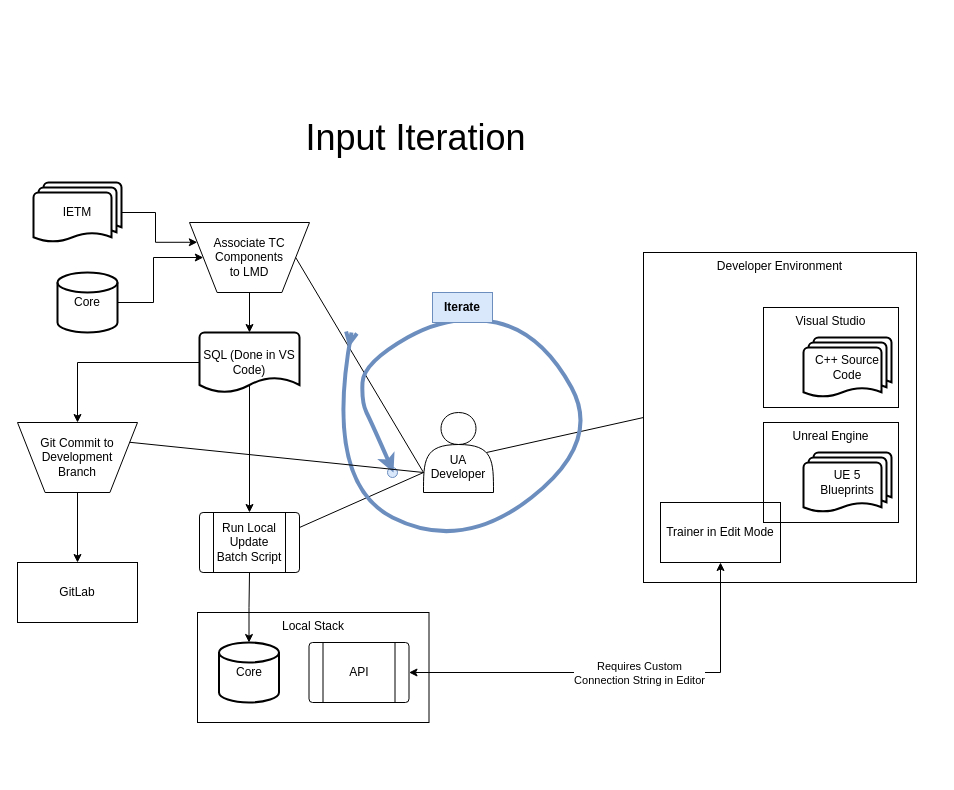
Above: IETM Based Workflows/UA Developer - Add training data v1.drawio in Bspeirtorch/draw (draw.io), before the change. Source tidied: cells renumbered, new cells numbered last; positions are measured from the earlier drawing's top-left corner, leaving out a move shared by most shapes. Both pictures are drawn from the tidied source at 100%, with x=0, y=0 at pixel (17, 122).
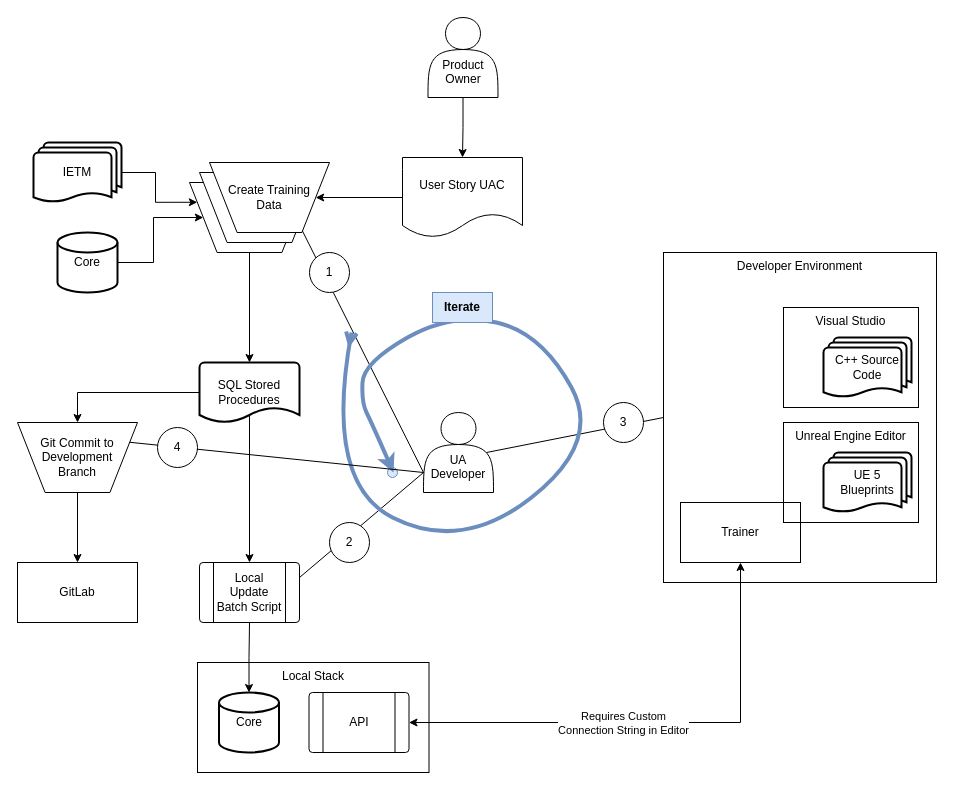
After the change.

Unchanged cells that the change refers to:
```xml
<mxCell id="20" value="API" style="verticalLabelPosition=middle;verticalAlign=middle;html=1;shape=process;whiteSpace=wrap;rounded=1;size=0.14;arcSize=6;labelPosition=center;align=center;" parent="17" vertex="1">
  <mxGeometry x="111.5" y="30" width="100" height="60" as="geometry" />
</mxCell>
<mxCell id="27" value="Git Commit to Development&lt;br&gt;Branch" style="verticalLabelPosition=middle;verticalAlign=middle;html=1;shape=trapezoid;perimeter=trapezoidPerimeter;whiteSpace=wrap;size=0.23;arcSize=10;flipV=1;labelPosition=center;align=center;" parent="1" vertex="1">
  <mxGeometry y="300" width="120" height="70" as="geometry" />
</mxCell>
<mxCell id="35" style="group;" parent="31" vertex="1">
  <mxGeometry y="115" width="135" height="140" as="geometry" />
</mxCell>
<mxCell id="37" style="group;" parent="35" vertex="1">
  <mxGeometry width="135" height="100" as="geometry" />
</mxCell>
```

The edit, as a diff of the source:
```diff
@@
     <mxCell id="4" value="Core" style="strokeWidth=2;html=1;shape=mxgraph.flowchart.database;whiteSpace=wrap;" parent="1" vertex="1">
-      <mxGeometry x="40" y="150" width="60" height="60" as="geometry" />
+      <mxGeometry x="40" y="110" width="60" height="60" as="geometry" />
     </mxCell>
@@
     <mxCell id="7" value="IETM" style="strokeWidth=2;html=1;shape=mxgraph.flowchart.multi-document;whiteSpace=wrap;" parent="1" vertex="1">
-      <mxGeometry x="16" y="60" width="88" height="60" as="geometry" />
+      <mxGeometry x="16" y="20" width="88" height="60" as="geometry" />
     </mxCell>
-    <mxCell id="8" value="Associate TC Components&lt;br&gt;to LMD" style="verticalLabelPosition=middle;verticalAlign=middle;html=1;shape=trapezoid;perimeter=trapezoidPerimeter;whiteSpace=wrap;size=0.23;arcSize=10;flipV=1;labelPosition=center;align=center;" parent="1" vertex="1">
-      <mxGeometry x="172" y="100" width="120" height="70" as="geometry" />
+    <mxCell id="8" style="verticalLabelPosition=middle;verticalAlign=middle;html=1;shape=trapezoid;perimeter=trapezoidPerimeter;whiteSpace=wrap;size=0.23;arcSize=10;flipV=1;labelPosition=center;align=center;" parent="1" vertex="1">
+      <mxGeometry x="172" y="60" width="120" height="70" as="geometry" />
     </mxCell>
@@
-    <mxCell id="11" value="Input Iteration" style="text;html=1;strokeColor=none;fillColor=none;align=center;verticalAlign=middle;whiteSpace=wrap;rounded=0;fontSize=36;" parent="1" vertex="1">
-      <mxGeometry x="266" width="265" height="30" as="geometry" />
-    </mxCell>
@@
     <mxCell id="14" style="edgeStyle=orthogonalEdgeStyle;rounded=0;jettySize=auto;html=1;exitX=0;exitY=0.5;exitDx=0;exitDy=0;exitPerimeter=0;" parent="1" edge="1" source="15" target="27">
-      <mxGeometry relative="1" as="geometry" />
+      <mxGeometry relative="1" as="geometry">
+        <Array as="points">
+          <mxPoint x="60" y="270" />
+        </Array>
+      </mxGeometry>
     </mxCell>
-    <mxCell id="15" value="SQL (Done in VS Code)" style="strokeWidth=2;html=1;shape=mxgraph.flowchart.document2;whiteSpace=wrap;size=0.25;" parent="1" vertex="1">
-      <mxGeometry x="182" y="210" width="100" height="60" as="geometry" />
+    <mxCell id="15" value="SQL Stored Procedures" style="strokeWidth=2;html=1;shape=mxgraph.flowchart.document2;whiteSpace=wrap;size=0.25;" parent="1" vertex="1">
+      <mxGeometry x="182" y="240" width="100" height="60" as="geometry" />
     </mxCell>
@@
     <mxCell id="17" style="group;" parent="1" vertex="1">
-      <mxGeometry x="180" y="490" width="231.5" height="110" as="geometry" />
+      <mxGeometry x="180" y="540" width="231.5" height="110" as="geometry" />
     </mxCell>
@@
-    <mxCell id="21" value="Run Local Update Batch Script" style="verticalLabelPosition=middle;verticalAlign=middle;html=1;shape=process;whiteSpace=wrap;rounded=1;size=0.14;arcSize=6;labelPosition=center;align=center;" parent="1" vertex="1">
-      <mxGeometry x="182" y="390" width="100" height="60" as="geometry" />
+    <mxCell id="21" value="Local Update Batch Script" style="verticalLabelPosition=middle;verticalAlign=middle;html=1;shape=process;whiteSpace=wrap;rounded=1;size=0.14;arcSize=6;labelPosition=center;align=center;" parent="1" vertex="1">
+      <mxGeometry x="182" y="440" width="100" height="60" as="geometry" />
     </mxCell>
@@
     <mxCell id="29" style="group;" parent="1" vertex="1">
-      <mxGeometry x="626" y="130" width="273" height="330" as="geometry" />
+      <mxGeometry x="646" y="130" width="273" height="330" as="geometry" />
     </mxCell>
@@
-    <mxCell id="36" value="Trainer in Edit Mode" style="rounded=0;whiteSpace=wrap;html=1;" parent="35" vertex="1">
+    <mxCell id="36" value="Trainer" style="rounded=0;whiteSpace=wrap;html=1;" parent="35" vertex="1">
       <mxGeometry x="-103" y="80" width="120" height="60" as="geometry" />
     </mxCell>
@@
-    <mxCell id="38" value="Unreal Engine" style="rounded=0;whiteSpace=wrap;html=1;fillColor=none;align=center;verticalAlign=top;" parent="37" vertex="1">
+    <mxCell id="38" value="Unreal Engine Editor" style="rounded=0;whiteSpace=wrap;html=1;fillColor=none;align=center;verticalAlign=top;" parent="37" vertex="1">
       <mxGeometry width="135" height="100" as="geometry" />
     </mxCell>
@@
     <mxCell id="40" style="edgeStyle=orthogonalEdgeStyle;rounded=0;jettySize=auto;html=1;exitX=0.5;exitY=1;exitDx=0;exitDy=0;startArrow=classic;startFill=1;entryX=1;entryY=0.5;entryDx=0;entryDy=0;" parent="1" edge="1" source="36" target="20">
       <mxGeometry relative="1" as="geometry">
         <Array as="points">
-          <mxPoint x="703" y="550" />
+          <mxPoint x="723" y="600" />
         </Array>
       </mxGeometry>
     </mxCell>
     <mxCell id="41" value="Requires Custom&lt;br style=&quot;border-color: var(--border-color);&quot;&gt;Connection String in Editor" style="edgeLabel;html=1;align=center;verticalAlign=middle;" parent="40" vertex="1">
-      <mxGeometry x="-0.09" relative="1" as="geometry" />
+      <mxGeometry x="-0.09" relative="1" as="geometry">
+        <mxPoint x="-54" as="offset" />
+      </mxGeometry>
     </mxCell>
+    <mxCell id="42" style="verticalLabelPosition=middle;verticalAlign=middle;html=1;shape=trapezoid;perimeter=trapezoidPerimeter;whiteSpace=wrap;size=0.23;arcSize=10;flipV=1;labelPosition=center;align=center;" parent="1" vertex="1">
+      <mxGeometry x="182" y="50" width="120" height="70" as="geometry" />
+    </mxCell>
+    <mxCell id="43" value="Create Training&lt;br&gt;Data" style="verticalLabelPosition=middle;verticalAlign=middle;html=1;shape=trapezoid;perimeter=trapezoidPerimeter;whiteSpace=wrap;size=0.23;arcSize=10;flipV=1;labelPosition=center;align=center;" parent="1" vertex="1">
+      <mxGeometry x="192" y="40" width="120" height="70" as="geometry" />
+    </mxCell>
+    <mxCell id="44" style="edgeStyle=orthogonalEdgeStyle;rounded=0;jettySize=auto;html=1;exitX=0.5;exitY=1;exitDx=0;exitDy=0;entryX=0.5;entryY=0;entryDx=0;entryDy=0;" parent="1" edge="1" source="45" target="47">
+      <mxGeometry relative="1" as="geometry" />
+    </mxCell>
+    <mxCell id="45" value="&lt;br&gt;&lt;br&gt;Product Owner" style="shape=actor;whiteSpace=wrap;html=1;labelPosition=center;verticalLabelPosition=middle;align=center;verticalAlign=middle;" parent="1" vertex="1">
+      <mxGeometry x="410.5" y="-105" width="70" height="80" as="geometry" />
+    </mxCell>
+    <mxCell id="46" style="edgeStyle=orthogonalEdgeStyle;rounded=0;jettySize=auto;html=1;exitX=0;exitY=0.5;exitDx=0;exitDy=0;" parent="1" edge="1" source="47" target="43">
+      <mxGeometry relative="1" as="geometry" />
+    </mxCell>
+    <mxCell id="47" value="User Story UAC" style="shape=document;whiteSpace=wrap;html=1;boundedLbl=1;" parent="1" vertex="1">
+      <mxGeometry x="385" y="35" width="120" height="80" as="geometry" />
+    </mxCell>
+    <mxCell id="48" value="1" style="ellipse;whiteSpace=wrap;html=1;" parent="1" vertex="1">
+      <mxGeometry x="292" y="130" width="40" height="40" as="geometry" />
+    </mxCell>
+    <mxCell id="49" value="2" style="ellipse;whiteSpace=wrap;html=1;" parent="1" vertex="1">
+      <mxGeometry x="312" y="400" width="40" height="40" as="geometry" />
+    </mxCell>
+    <mxCell id="50" value="3" style="ellipse;whiteSpace=wrap;html=1;" parent="1" vertex="1">
+      <mxGeometry x="586" y="280" width="40" height="40" as="geometry" />
+    </mxCell>
+    <mxCell id="51" value="4" style="ellipse;whiteSpace=wrap;html=1;" parent="1" vertex="1">
+      <mxGeometry x="140" y="305" width="40" height="40" as="geometry" />
+    </mxCell>
```
